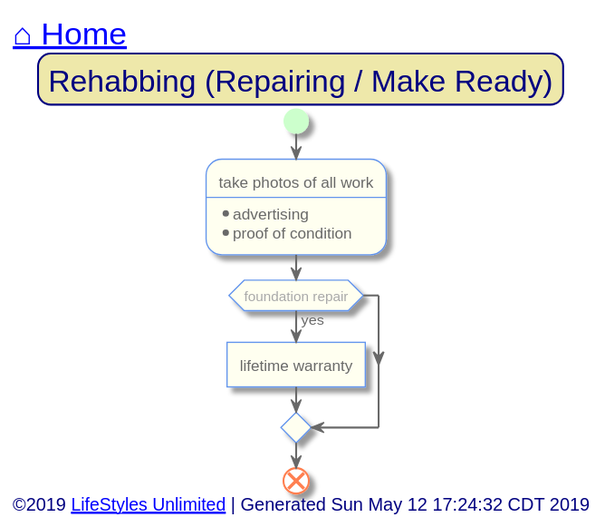
Earlier version of the PlantUML export out/src/single-family/rehabbing.svg (toddmo/lifestylesunlimited).
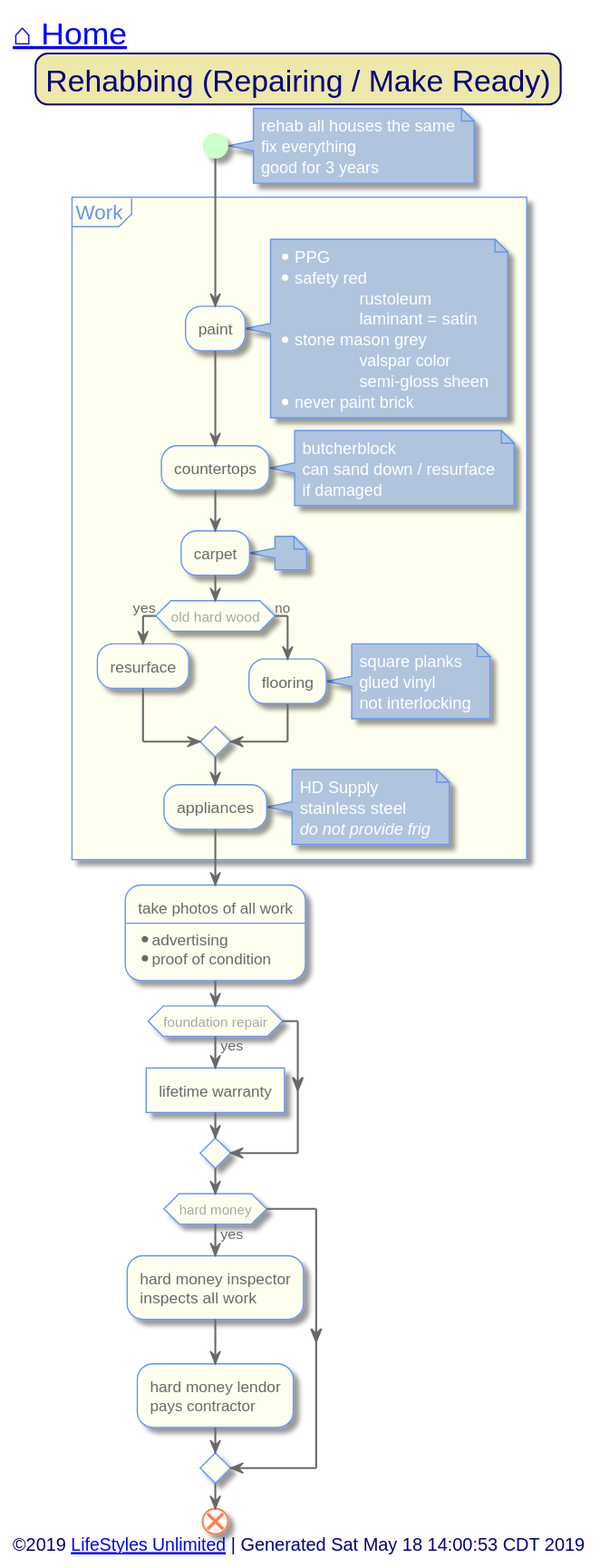
Later version of the same file.

Change to the diagram source:
```diff
@@ -83,19 +83,79 @@
 
 	start
 
-		:take photos of all work
-		----
-		* advertising
-		* proof of condition;
+	note right
+		rehab all houses the same
+		fix everything
+		good for 3 years
+	end note
 
-		if(foundation repair) then (yes)
-			:lifetime warranty]
+	partition "Work" {
+		:paint;
+		note right
+			* PPG
+			* safety red
+					rustoleum
+					laminant = satin
+			* stone mason grey
+					valspar color
+					semi-gloss sheen
+			* never paint brick
+		end note
+
+		:countertops;
+		note right
+			butcherblock
+			can sand down / resurface
+			if damaged
+		end note
+
+		:carpet;
+		note right
+
+		end note
+
+		if(old hard wood) then (yes)
+			:resurface;
+		else (no)
+			:flooring;
+			note right
+				square planks
+				glued vinyl
+				not interlocking
+			end note
 		endif
+
+		:appliances;
+		note right
+			HD Supply
+			stainless steel
+			<i>do not provide frig
+		end note
+	}
+
+	:take photos of all work
+	----
+	* advertising
+	* proof of condition;
+
+
+
+	if(foundation repair) then (yes)
+		:lifetime warranty]
+	endif
+
+	if(hard money) then (yes)
+		:hard money inspector
+		inspects all work;
+		:hard money lendor
+		pays contractor;
+	endif
+
 	end
 
 
 left footer
-	<font size=14>©2019 [[http://www.lifestylesunlimited.com LifeStyles Unlimited]] | Generated Sun May 12 17:24:32 CDT 2019</font>
+	<font size=14>©2019 [[http://www.lifestylesunlimited.com LifeStyles Unlimited]] | Generated Sat May 18 14:00:53 CDT 2019</font>
 endfooter
 
 
```
